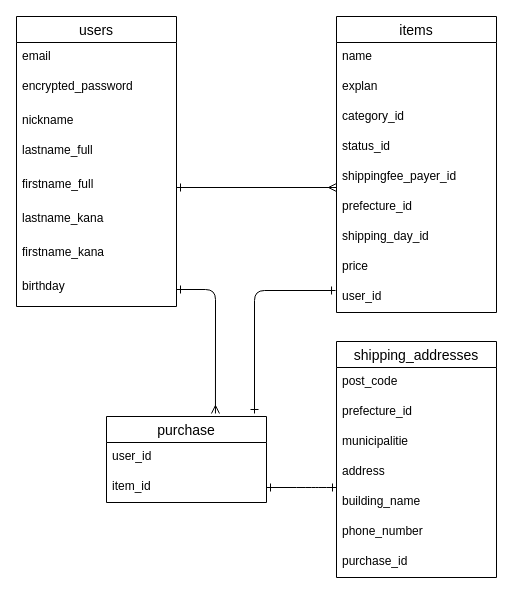
This is ER.dio from shigamete/furima-37654, a draw.io file, before an edit. Source tidied: cells renumbered, new cells numbered last; positions are measured from the earlier drawing's top-left corner, leaving out a move shared by most shapes. Both pictures are drawn from the tidied source at 100%, with x=0, y=0 at pixel (16, 16).
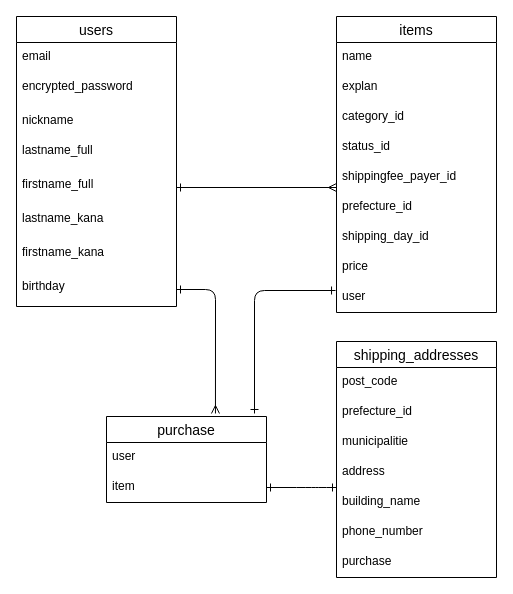
The same diagram, later.

Commit message (it also covers changes not shown here):
データベース設計_修正2

The change refers to these unchanged cells:
```xml
<mxCell id="11" value="items" style="swimlane;fontStyle=0;horizontal=1;startSize=26;align=center;fontSize=14;" parent="1" vertex="1">
  <mxGeometry x="320" width="160" height="296" as="geometry" />
</mxCell>
<mxCell id="23" value="purchase" style="swimlane;fontStyle=0;horizontal=1;startSize=26;align=center;fontSize=14;" parent="1" vertex="1">
  <mxGeometry x="90" y="400" width="160" height="86" as="geometry" />
</mxCell>
<mxCell id="26" value="shipping_addresses" style="swimlane;fontStyle=0;horizontal=1;startSize=26;align=center;fontSize=14;" parent="1" vertex="1">
  <mxGeometry x="320" y="325" width="160" height="236" as="geometry" />
</mxCell>
```

What changed in the source:
```diff
@@
-    <mxCell id="20" value="user_id" style="text;strokeColor=none;fillColor=none;spacingLeft=4;spacingRight=4;overflow=hidden;points=[[0,0.5],[1,0.5]];portConstraint=eastwest;fontSize=12;" parent="11" vertex="1">
+    <mxCell id="20" value="user" style="text;strokeColor=none;fillColor=none;spacingLeft=4;spacingRight=4;overflow=hidden;points=[[0,0.5],[1,0.5]];portConstraint=eastwest;fontSize=12;" parent="11" vertex="1">
       <mxGeometry y="266" width="160" height="30" as="geometry" />
     </mxCell>
@@
-    <mxCell id="24" value="user_id" style="text;strokeColor=none;fillColor=none;spacingLeft=4;spacingRight=4;overflow=hidden;fontSize=12;" parent="23" vertex="1">
+    <mxCell id="24" value="user" style="text;strokeColor=none;fillColor=none;spacingLeft=4;spacingRight=4;overflow=hidden;fontSize=12;" parent="23" vertex="1">
       <mxGeometry y="26" width="160" height="30" as="geometry" />
     </mxCell>
-    <mxCell id="25" value="item_id" style="text;strokeColor=none;fillColor=none;spacingLeft=4;spacingRight=4;overflow=hidden;points=[[0,0.5],[1,0.5]];portConstraint=eastwest;fontSize=12;" parent="23" vertex="1">
+    <mxCell id="25" value="item" style="text;strokeColor=none;fillColor=none;spacingLeft=4;spacingRight=4;overflow=hidden;points=[[0,0.5],[1,0.5]];portConstraint=eastwest;fontSize=12;" parent="23" vertex="1">
       <mxGeometry y="56" width="160" height="30" as="geometry" />
     </mxCell>
@@
-    <mxCell id="33" value="purchase_id" style="text;strokeColor=none;fillColor=none;spacingLeft=4;spacingRight=4;overflow=hidden;fontSize=12;" parent="26" vertex="1">
+    <mxCell id="33" value="purchase" style="text;strokeColor=none;fillColor=none;spacingLeft=4;spacingRight=4;overflow=hidden;fontSize=12;" parent="26" vertex="1">
       <mxGeometry y="206" width="160" height="30" as="geometry" />
     </mxCell>
```
